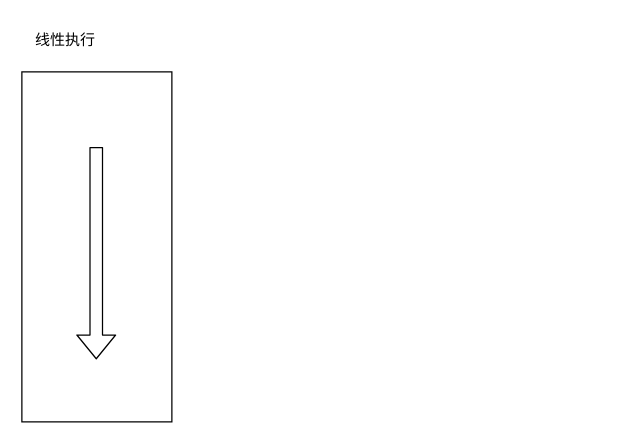
gongyao1992/draw keeps this draw.io diagram as 学习go/channel.drawio. Above is the earlier version. Source tidied: cells renumbered, new cells numbered last; positions are measured from the earlier drawing's top-left corner, leaving out a move shared by most shapes. Both pictures are drawn from the tidied source at 125%, with x=0, y=0 at pixel (21, 21).
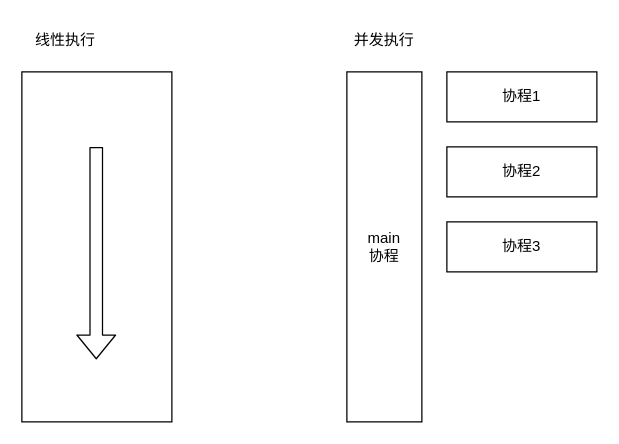
Above is the later version.

Change to the diagram source:
```diff
@@
 <mxGraphModel>
   <root>
     <mxCell id="0" />
     <mxCell id="1" parent="0" />
     <mxCell id="2" style="rounded=0;whiteSpace=wrap;html=1;" parent="1" vertex="1">
       <mxGeometry y="40" width="120" height="280" as="geometry" />
     </mxCell>
     <mxCell id="3" style="shape=flexArrow;endArrow=classic;html=1;" parent="1" edge="1">
       <mxGeometry relative="1" as="geometry">
         <mxPoint x="59.5" y="100" as="sourcePoint" />
         <mxPoint x="59.5" y="270" as="targetPoint" />
       </mxGeometry>
     </mxCell>
     <mxCell id="4" value="线性执行" style="text;html=1;strokeColor=none;fillColor=none;align=center;verticalAlign=middle;whiteSpace=wrap;rounded=0;" parent="1" vertex="1">
       <mxGeometry width="70" height="30" as="geometry" />
     </mxCell>
+    <mxCell id="5" value="协程1" style="rounded=0;whiteSpace=wrap;html=1;" parent="1" vertex="1">
+      <mxGeometry x="340" y="40" width="120" height="40" as="geometry" />
+    </mxCell>
+    <mxCell id="6" value="&lt;span&gt;协程2&lt;/span&gt;" style="rounded=0;whiteSpace=wrap;html=1;" parent="1" vertex="1">
+      <mxGeometry x="340" y="100" width="120" height="40" as="geometry" />
+    </mxCell>
+    <mxCell id="7" value="&lt;span&gt;协程3&lt;/span&gt;" style="rounded=0;whiteSpace=wrap;html=1;" parent="1" vertex="1">
+      <mxGeometry x="340" y="160" width="120" height="40" as="geometry" />
+    </mxCell>
+    <mxCell id="8" value="main&lt;br&gt;协程" style="rounded=0;whiteSpace=wrap;html=1;" parent="1" vertex="1">
+      <mxGeometry x="260" y="40" width="60" height="280" as="geometry" />
+    </mxCell>
+    <mxCell id="9" value="并发执行" style="text;html=1;strokeColor=none;fillColor=none;align=center;verticalAlign=middle;whiteSpace=wrap;rounded=0;" parent="1" vertex="1">
+      <mxGeometry x="255" width="70" height="30" as="geometry" />
+    </mxCell>
   </root>
 </mxGraphModel>
```
